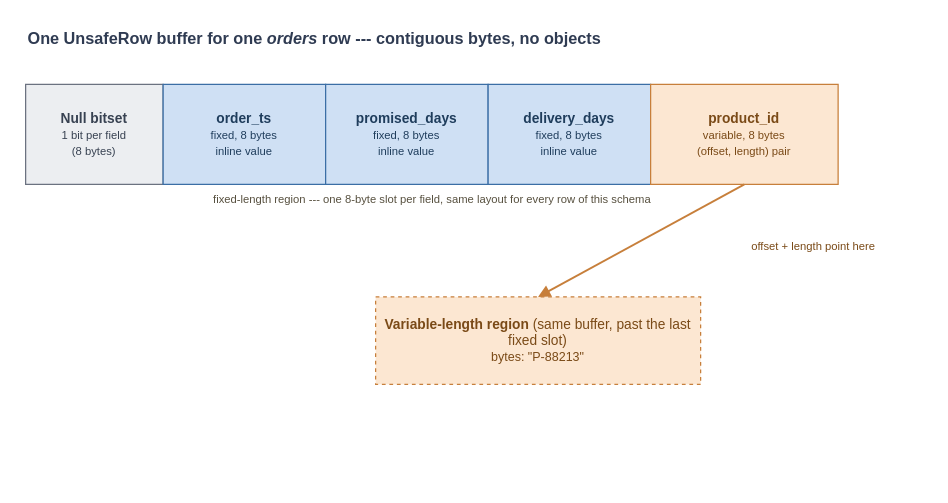
AlanPhan04/spark-101-to-pro keeps this draw.io diagram as book/figures/unsaferow-layout.drawio. Above is the earlier version. Source tidied: cells renumbered, new cells numbered last; positions are measured from the earlier drawing's top-left corner, leaving out a move shared by most shapes. Both pictures are drawn from the tidied source at 125%, with x=0, y=0 at pixel (25, 21).
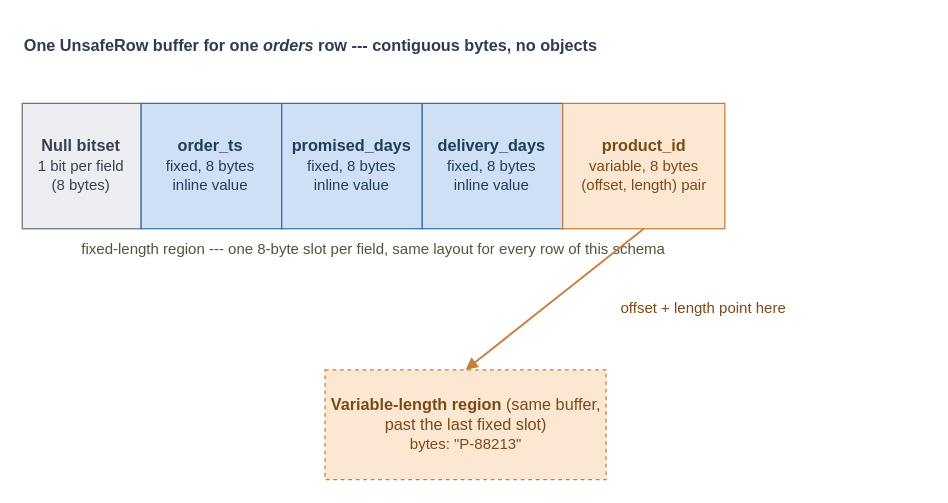
Above is the later version.

Change to the diagram source:
```diff
@@
 <mxGraphModel>
   <root>
     <mxCell id="0" />
     <mxCell id="1" parent="0" />
     <mxCell id="2" value="&lt;b&gt;One UnsafeRow buffer for one &lt;i&gt;orders&lt;/i&gt; row --- contiguous bytes, no objects&lt;/b&gt;" style="text;html=1;align=left;verticalAlign=middle;fontSize=13;fontColor=#2f3b52;" parent="1" vertex="1">
-      <mxGeometry width="700" height="26" as="geometry" />
+      <mxGeometry x="-2.7" y="2.5" width="605.4" height="32.6" as="geometry" />
     </mxCell>
-    <mxCell id="3" value="&lt;b&gt;Null bitset&lt;/b&gt;&lt;br&gt;&lt;span style=&quot;font-size:9px&quot;&gt;1 bit per field&lt;br&gt;(8 bytes)&lt;/span&gt;" style="rounded=0;whiteSpace=wrap;html=1;fillColor=#eceef1;strokeColor=#6b7280;fontSize=11;fontColor=#374151;" parent="1" vertex="1">
-      <mxGeometry y="50" width="110" height="80" as="geometry" />
+    <mxCell id="3" value="&lt;b&gt;Null bitset&lt;/b&gt;&lt;br&gt;&lt;span style=&quot;font-size:12px&quot;&gt;1 bit per field&lt;br&gt;(8 bytes)&lt;/span&gt;" style="rounded=0;whiteSpace=wrap;html=1;fillColor=#eceef1;strokeColor=#6b7280;fontSize=13;fontColor=#374151;" parent="1" vertex="1">
+      <mxGeometry x="-2.7" y="65.2" width="95.1" height="100.3" as="geometry" />
     </mxCell>
-    <mxCell id="4" value="&lt;b&gt;order_ts&lt;/b&gt;&lt;br&gt;&lt;span style=&quot;font-size:9px&quot;&gt;fixed, 8 bytes&lt;br&gt;inline value&lt;/span&gt;" style="rounded=0;whiteSpace=wrap;html=1;fillColor=#cfe0f4;strokeColor=#3b6ea5;fontSize=11;fontColor=#1f3d5c;" parent="1" vertex="1">
-      <mxGeometry x="110" y="50" width="130" height="80" as="geometry" />
+    <mxCell id="4" value="&lt;b&gt;order_ts&lt;/b&gt;&lt;br&gt;&lt;span style=&quot;font-size:12px&quot;&gt;fixed, 8 bytes&lt;br&gt;inline value&lt;/span&gt;" style="rounded=0;whiteSpace=wrap;html=1;fillColor=#cfe0f4;strokeColor=#3b6ea5;fontSize=13;fontColor=#1f3d5c;" parent="1" vertex="1">
+      <mxGeometry x="92.4" y="65.2" width="112.4" height="100.3" as="geometry" />
     </mxCell>
-    <mxCell id="5" value="&lt;b&gt;promised_days&lt;/b&gt;&lt;br&gt;&lt;span style=&quot;font-size:9px&quot;&gt;fixed, 8 bytes&lt;br&gt;inline value&lt;/span&gt;" style="rounded=0;whiteSpace=wrap;html=1;fillColor=#cfe0f4;strokeColor=#3b6ea5;fontSize=11;fontColor=#1f3d5c;" parent="1" vertex="1">
-      <mxGeometry x="240" y="50" width="130" height="80" as="geometry" />
+    <mxCell id="5" value="&lt;b&gt;promised_days&lt;/b&gt;&lt;br&gt;&lt;span style=&quot;font-size:12px&quot;&gt;fixed, 8 bytes&lt;br&gt;inline value&lt;/span&gt;" style="rounded=0;whiteSpace=wrap;html=1;fillColor=#cfe0f4;strokeColor=#3b6ea5;fontSize=13;fontColor=#1f3d5c;" parent="1" vertex="1">
+      <mxGeometry x="204.9" y="65.2" width="112.4" height="100.3" as="geometry" />
     </mxCell>
-    <mxCell id="6" value="&lt;b&gt;delivery_days&lt;/b&gt;&lt;br&gt;&lt;span style=&quot;font-size:9px&quot;&gt;fixed, 8 bytes&lt;br&gt;inline value&lt;/span&gt;" style="rounded=0;whiteSpace=wrap;html=1;fillColor=#cfe0f4;strokeColor=#3b6ea5;fontSize=11;fontColor=#1f3d5c;" parent="1" vertex="1">
-      <mxGeometry x="370" y="50" width="130" height="80" as="geometry" />
+    <mxCell id="6" value="&lt;b&gt;delivery_days&lt;/b&gt;&lt;br&gt;&lt;span style=&quot;font-size:12px&quot;&gt;fixed, 8 bytes&lt;br&gt;inline value&lt;/span&gt;" style="rounded=0;whiteSpace=wrap;html=1;fillColor=#cfe0f4;strokeColor=#3b6ea5;fontSize=13;fontColor=#1f3d5c;" parent="1" vertex="1">
+      <mxGeometry x="317.3" y="65.2" width="112.4" height="100.3" as="geometry" />
     </mxCell>
-    <mxCell id="7" value="&lt;b&gt;product_id&lt;/b&gt;&lt;br&gt;&lt;span style=&quot;font-size:9px&quot;&gt;variable, 8 bytes&lt;br&gt;(offset, length) pair&lt;/span&gt;" style="rounded=0;whiteSpace=wrap;html=1;fillColor=#fce7d2;strokeColor=#c77f3b;fontSize=11;fontColor=#7a4a17;" parent="1" vertex="1">
-      <mxGeometry x="500" y="50" width="150" height="80" as="geometry" />
+    <mxCell id="7" value="&lt;b&gt;product_id&lt;/b&gt;&lt;br&gt;&lt;span style=&quot;font-size:12px&quot;&gt;variable, 8 bytes&lt;br&gt;(offset, length) pair&lt;/span&gt;" style="rounded=0;whiteSpace=wrap;html=1;fillColor=#fce7d2;strokeColor=#c77f3b;fontSize=13;fontColor=#7a4a17;" parent="1" vertex="1">
+      <mxGeometry x="429.7" y="65.2" width="129.7" height="100.3" as="geometry" />
     </mxCell>
-    <mxCell id="8" value="&lt;span style=&quot;font-size:9px&quot;&gt;fixed-length region --- one 8-byte slot per field, same layout for every row of this schema&lt;/span&gt;" style="text;html=1;align=center;verticalAlign=middle;fontSize=9;fontColor=#57503f;" parent="1" vertex="1">
-      <mxGeometry y="132" width="650" height="20" as="geometry" />
+    <mxCell id="8" value="&lt;span style=&quot;font-size:12px&quot;&gt;fixed-length region --- one 8-byte slot per field, same layout for every row of this schema&lt;/span&gt;" style="text;html=1;align=center;verticalAlign=middle;fontSize=13;fontColor=#57503f;" parent="1" vertex="1">
+      <mxGeometry x="-2.7" y="168.1" width="562.2" height="25.1" as="geometry" />
     </mxCell>
-    <mxCell id="9" value="&lt;b&gt;Variable-length region&lt;/b&gt; (same buffer, past the last fixed slot)&lt;br&gt;&lt;span style=&quot;font-size:10px&quot;&gt;bytes: &amp;quot;P-88213&amp;quot;&lt;/span&gt;" style="rounded=0;whiteSpace=wrap;html=1;fillColor=#fce7d2;strokeColor=#c77f3b;dashed=1;fontSize=11;fontColor=#7a4a17;" parent="1" vertex="1">
-      <mxGeometry x="280" y="220" width="260" height="70" as="geometry" />
+    <mxCell id="9" value="&lt;b&gt;Variable-length region&lt;/b&gt; (same buffer, past the last fixed slot)&lt;br&gt;&lt;span style=&quot;font-size:12px&quot;&gt;bytes: &amp;quot;P-88213&amp;quot;&lt;/span&gt;" style="rounded=0;whiteSpace=wrap;html=1;fillColor=#fce7d2;strokeColor=#c77f3b;dashed=1;fontSize=13;fontColor=#7a4a17;" parent="1" vertex="1">
+      <mxGeometry x="239.5" y="278.4" width="224.9" height="87.8" as="geometry" />
     </mxCell>
     <mxCell id="10" style="edges=1;html=1;endArrow=block;elbow=vertical;rounded=0;strokeColor=#c77f3b;strokeWidth=1.5;exitX=0.5;exitY=1;entryX=0.5;entryY=0;" parent="1" edge="1" source="7" target="9">
       <mxGeometry relative="1" as="geometry" />
     </mxCell>
-    <mxCell id="11" value="&lt;span style=&quot;font-size:9px&quot;&gt;offset + length point here&lt;/span&gt;" style="text;html=1;align=center;verticalAlign=middle;fontSize=9;fontColor=#7a4a17;" parent="1" vertex="1">
-      <mxGeometry x="540" y="165" width="180" height="30" as="geometry" />
+    <mxCell id="11" value="&lt;span style=&quot;font-size:12px&quot;&gt;offset + length point here&lt;/span&gt;" style="text;html=1;align=center;verticalAlign=middle;fontSize=13;fontColor=#7a4a17;" parent="1" vertex="1">
+      <mxGeometry x="464.3" y="209.5" width="155.7" height="37.6" as="geometry" />
     </mxCell>
   </root>
 </mxGraphModel>
```
